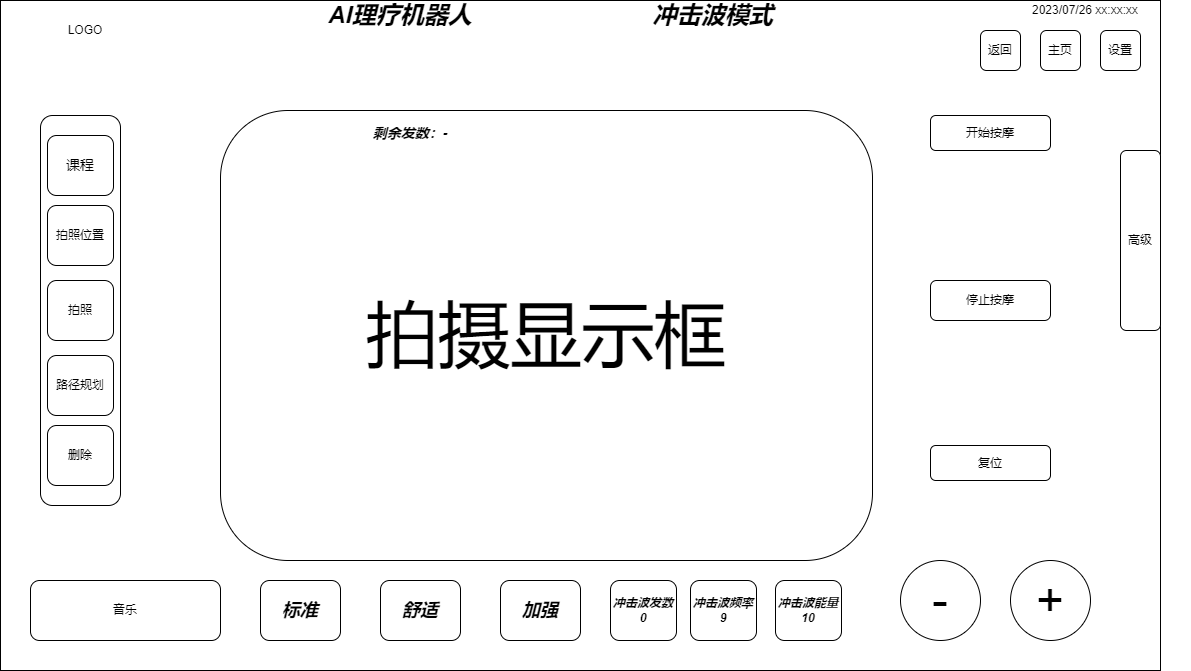
Earlier version of the draw.io export MiaoMiShot.drawio.png (Durpe/Drawio). Source tidied: cells renumbered, new cells last; positions are measured from the earlier drawing's top-left corner, leaving out a move shared by most shapes.
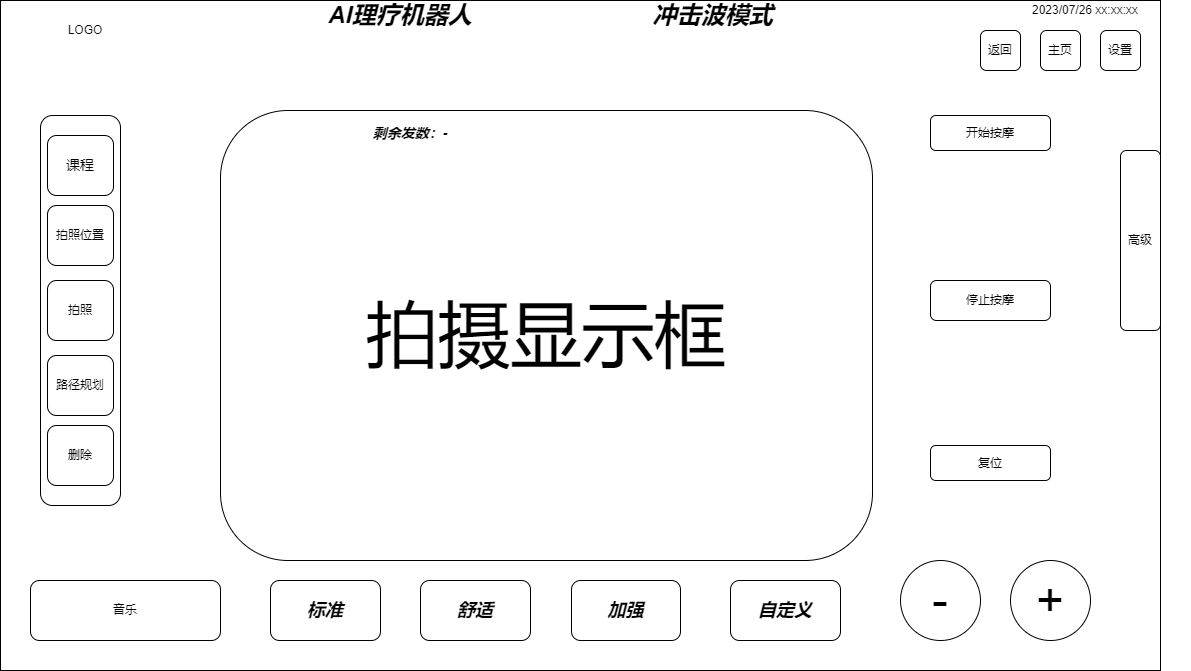
Later version of the same file.

Change to the diagram source:
```diff
@@ -41,15 +41,6 @@
     <mxCell id="14" value="高级" style="rounded=1;whiteSpace=wrap;html=1;" parent="1" vertex="1">
       <mxGeometry x="1120" y="150" width="40" height="180" as="geometry" />
     </mxCell>
-    <mxCell id="15" value="&lt;font style=&quot;font-size: 12px;&quot;&gt;&lt;b&gt;&lt;i&gt;冲击波发数&lt;br&gt;0&lt;/i&gt;&lt;/b&gt;&lt;/font&gt;" style="rounded=1;whiteSpace=wrap;html=1;" parent="1" vertex="1">
-      <mxGeometry x="610" y="580" width="66" height="60" as="geometry" />
-    </mxCell>
-    <mxCell id="16" value="&lt;font style=&quot;font-size: 12px;&quot;&gt;&lt;b&gt;&lt;i&gt;冲击波频率&lt;br&gt;9&lt;/i&gt;&lt;/b&gt;&lt;/font&gt;" style="rounded=1;whiteSpace=wrap;html=1;" parent="1" vertex="1">
-      <mxGeometry x="690" y="580" width="66" height="60" as="geometry" />
-    </mxCell>
-    <mxCell id="17" value="&lt;b&gt;&lt;i&gt;冲击波能量&lt;br&gt;10&lt;/i&gt;&lt;/b&gt;" style="rounded=1;whiteSpace=wrap;html=1;" parent="1" vertex="1">
-      <mxGeometry x="775" y="580" width="66" height="60" as="geometry" />
-    </mxCell>
     <mxCell id="18" value="&lt;font style=&quot;font-size: 48px;&quot;&gt;-&lt;/font&gt;" style="ellipse;whiteSpace=wrap;html=1;" parent="1" vertex="1">
       <mxGeometry x="900" y="560" width="80" height="80" as="geometry" />
     </mxCell>
@@ -78,16 +69,19 @@
       <mxGeometry x="980" y="30" width="40" height="40" as="geometry" />
     </mxCell>
     <mxCell id="27" value="&lt;font style=&quot;font-size: 18px;&quot;&gt;&lt;b&gt;&lt;i&gt;标准&lt;/i&gt;&lt;/b&gt;&lt;/font&gt;" style="rounded=1;whiteSpace=wrap;html=1;" parent="1" vertex="1">
-      <mxGeometry x="260" y="580" width="80" height="60" as="geometry" />
+      <mxGeometry x="270" y="580" width="110" height="60" as="geometry" />
     </mxCell>
     <mxCell id="28" value="&lt;font style=&quot;font-size: 18px;&quot;&gt;&lt;b&gt;&lt;i&gt;舒适&lt;/i&gt;&lt;/b&gt;&lt;/font&gt;" style="rounded=1;whiteSpace=wrap;html=1;" parent="1" vertex="1">
-      <mxGeometry x="380" y="580" width="80" height="60" as="geometry" />
+      <mxGeometry x="420" y="580" width="110" height="60" as="geometry" />
     </mxCell>
     <mxCell id="29" value="&lt;font style=&quot;font-size: 18px;&quot;&gt;&lt;b&gt;&lt;i&gt;加强&lt;/i&gt;&lt;/b&gt;&lt;/font&gt;" style="rounded=1;whiteSpace=wrap;html=1;" parent="1" vertex="1">
-      <mxGeometry x="500" y="580" width="80" height="60" as="geometry" />
+      <mxGeometry x="571" y="580" width="109" height="60" as="geometry" />
     </mxCell>
     <mxCell id="30" value="&lt;b&gt;&lt;i&gt;&lt;font style=&quot;font-size: 14px;&quot;&gt;剩余发数：-&lt;/font&gt;&lt;/i&gt;&lt;/b&gt;" style="text;html=1;strokeColor=none;fillColor=none;align=center;verticalAlign=middle;whiteSpace=wrap;rounded=0;" parent="1" vertex="1">
       <mxGeometry x="360" y="117.5" width="100" height="30" as="geometry" />
     </mxCell>
+    <mxCell id="31" value="&lt;font style=&quot;font-size: 18px;&quot;&gt;&lt;b&gt;&lt;i&gt;自定义&lt;/i&gt;&lt;/b&gt;&lt;/font&gt;" style="rounded=1;whiteSpace=wrap;html=1;" parent="1" vertex="1">
+      <mxGeometry x="730" y="580" width="110" height="60" as="geometry" />
+    </mxCell>
   </root>
 </mxGraphModel>
```
